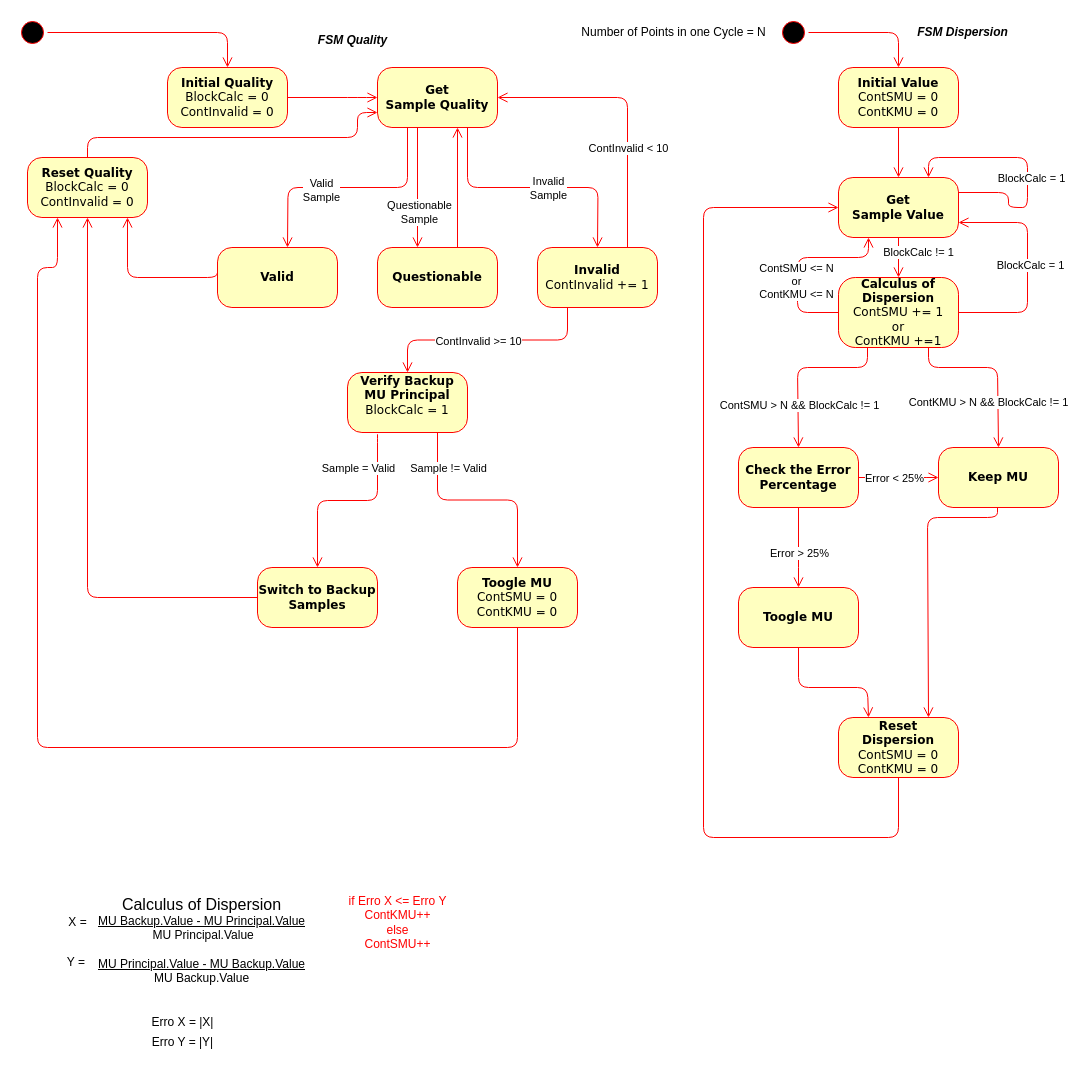
The draw.io diagram state_machine_tese.drawio in everton-oriente/IEC61850_9_2_SV, before the edit. Source tidied: cells renumbered, new cells numbered last; positions are measured from the earlier drawing's top-left corner, leaving out a move shared by most shapes. Both pictures are drawn from the tidied source at 100%, with x=0, y=0 at pixel (17, 17).
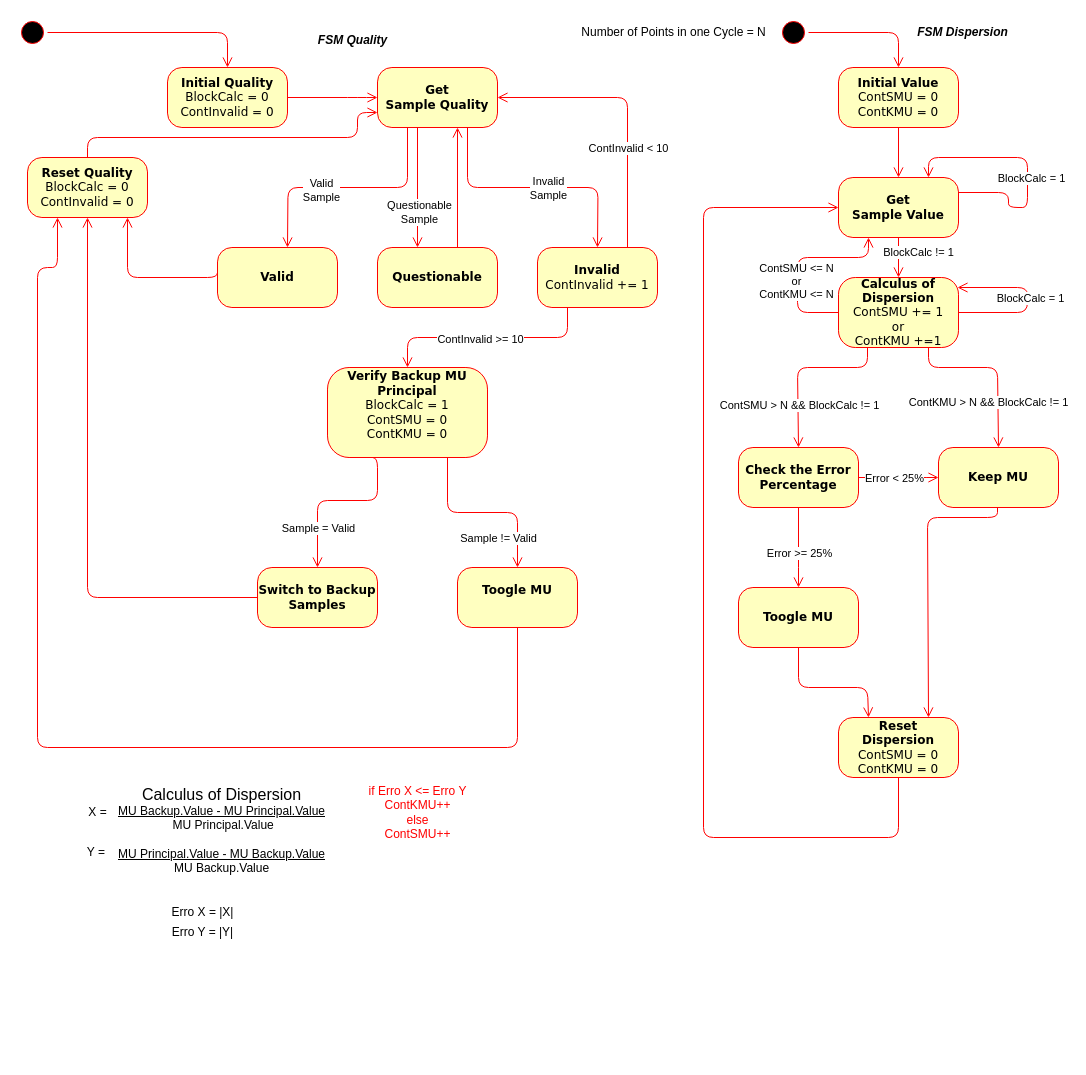
Above is the later version.

Commit message:
Updated version of State Machine Draw

The change refers to these unchanged cells:
```xml
<mxCell id="27" value="&lt;b&gt;Get &lt;br&gt;Sample Value&lt;/b&gt;" style="rounded=1;whiteSpace=wrap;html=1;arcSize=24;fillColor=#ffffc0;strokeColor=#ff0000;shadow=0;comic=0;labelBackgroundColor=none;fontFamily=Verdana;fontSize=12;fontColor=#000000;align=center;" parent="1" vertex="1">
  <mxGeometry x="821" y="160" width="120" height="60" as="geometry" />
</mxCell>
<mxCell id="30" value="&lt;b&gt;Switch to Backup Samples&lt;/b&gt;" style="rounded=1;whiteSpace=wrap;html=1;arcSize=24;fillColor=#ffffc0;strokeColor=#ff0000;shadow=0;comic=0;labelBackgroundColor=none;fontFamily=Verdana;fontSize=12;fontColor=#000000;align=center;" parent="1" vertex="1">
  <mxGeometry x="240" y="550" width="120" height="60" as="geometry" />
</mxCell>
<mxCell id="35" style="edgeStyle=orthogonalEdgeStyle;html=1;exitX=0.75;exitY=1;labelBackgroundColor=none;endArrow=open;endSize=8;strokeColor=#ff0000;fontFamily=Verdana;fontSize=12;align=left;exitDx=0;exitDy=0;entryX=0.5;entryY=0;entryDx=0;entryDy=0;" parent="1" edge="1" source="21" target="31">
  <mxGeometry relative="1" as="geometry" />
</mxCell>
<mxCell id="38" value="&lt;b&gt;Calculus of Dispersion&lt;/b&gt;&lt;br&gt;ContSMU += 1&lt;br&gt;or&lt;br&gt;ContKMU +=1" style="rounded=1;whiteSpace=wrap;html=1;arcSize=24;fillColor=#ffffc0;strokeColor=#ff0000;shadow=0;comic=0;labelBackgroundColor=none;fontFamily=Verdana;fontSize=12;fontColor=#000000;align=center;" parent="1" vertex="1">
  <mxGeometry x="821" y="260" width="120" height="70" as="geometry" />
</mxCell>
<mxCell id="60" style="edgeStyle=orthogonalEdgeStyle;html=1;exitX=0.5;exitY=1;labelBackgroundColor=none;endArrow=open;endSize=8;strokeColor=#ff0000;fontFamily=Verdana;fontSize=12;align=left;exitDx=0;exitDy=0;entryX=0.5;entryY=0;entryDx=0;entryDy=0;" parent="1" edge="1" source="39" target="59">
  <mxGeometry relative="1" as="geometry">
    <Array as="points">
      <mxPoint x="781" y="540" />
      <mxPoint x="781" y="540" />
    </Array>
  </mxGeometry>
</mxCell>
```

What changed in the source:
```diff
@@
-    <mxCell id="21" value="&lt;b&gt;Verify Backup MU Principal&lt;/b&gt;&lt;br&gt;BlockCalc = 1&lt;div&gt;&lt;br/&gt;&lt;/div&gt;" style="rounded=1;whiteSpace=wrap;html=1;arcSize=24;fillColor=#ffffc0;strokeColor=#ff0000;shadow=0;comic=0;labelBackgroundColor=none;fontFamily=Verdana;fontSize=12;fontColor=#000000;align=center;" parent="1" vertex="1">
-      <mxGeometry x="330" y="355" width="120" height="60" as="geometry" />
+    <mxCell id="21" value="&lt;b&gt;Verify Backup MU Principal&lt;/b&gt;&lt;br&gt;BlockCalc = 1&lt;div&gt;&lt;div&gt;ContSMU = 0&lt;br&gt;&lt;/div&gt;&lt;div&gt;ContKMU = 0&lt;/div&gt;&lt;div&gt;&lt;br&gt;&lt;/div&gt;&lt;/div&gt;" style="rounded=1;whiteSpace=wrap;html=1;arcSize=24;fillColor=#ffffc0;strokeColor=#ff0000;shadow=0;comic=0;labelBackgroundColor=none;fontFamily=Verdana;fontSize=12;fontColor=#000000;align=center;" parent="1" vertex="1">
+      <mxGeometry x="310" y="350" width="160" height="90" as="geometry" />
     </mxCell>
@@
-    <mxCell id="31" value="&lt;b&gt;Toogle MU&lt;/b&gt;&lt;div&gt;&lt;div&gt;ContSMU = 0&lt;br&gt;&lt;/div&gt;&lt;div&gt;ContKMU = 0&lt;/div&gt;&lt;/div&gt;" style="rounded=1;whiteSpace=wrap;html=1;arcSize=24;fillColor=#ffffc0;strokeColor=#ff0000;shadow=0;comic=0;labelBackgroundColor=none;fontFamily=Verdana;fontSize=12;fontColor=#000000;align=center;" parent="1" vertex="1">
+    <mxCell id="31" value="&lt;b&gt;Toogle MU&lt;/b&gt;&lt;div&gt;&lt;br&gt;&lt;/div&gt;" style="rounded=1;whiteSpace=wrap;html=1;arcSize=24;fillColor=#ffffc0;strokeColor=#ff0000;shadow=0;comic=0;labelBackgroundColor=none;fontFamily=Verdana;fontSize=12;fontColor=#000000;align=center;" parent="1" vertex="1">
       <mxGeometry x="440" y="550" width="120" height="60" as="geometry" />
     </mxCell>
@@
-    <mxCell id="33" style="edgeStyle=orthogonalEdgeStyle;html=1;entryX=0.5;entryY=0;labelBackgroundColor=none;endArrow=open;endSize=8;strokeColor=#ff0000;fontFamily=Verdana;fontSize=12;align=left;entryDx=0;entryDy=0;" parent="1" edge="1" target="30">
+    <mxCell id="33" style="edgeStyle=orthogonalEdgeStyle;html=1;entryX=0.5;entryY=0;labelBackgroundColor=none;endArrow=open;endSize=8;strokeColor=#ff0000;fontFamily=Verdana;fontSize=12;align=left;entryDx=0;entryDy=0;exitX=0.25;exitY=1;exitDx=0;exitDy=0;" parent="1" edge="1" source="21" target="30">
       <mxGeometry relative="1" as="geometry">
-        <mxPoint x="360" y="420" as="sourcePoint" />
         <Array as="points">
-          <mxPoint x="360" y="415" />
           <mxPoint x="360" y="483" />
           <mxPoint x="300" y="483" />
         </Array>
       </mxGeometry>
     </mxCell>
     <mxCell id="34" value="Sample = Valid" style="edgeLabel;html=1;align=center;verticalAlign=middle;" parent="33" vertex="1">
       <mxGeometry x="0.4" y="1" relative="1" as="geometry">
-        <mxPoint x="39" y="-40" as="offset" />
+        <mxPoint x="-1" y="14" as="offset" />
       </mxGeometry>
     </mxCell>
@@
     <mxCell id="36" value="Sample != Valid" style="edgeLabel;html=1;align=center;verticalAlign=middle;" parent="35" vertex="1">
       <mxGeometry x="0.4" y="1" relative="1" as="geometry">
-        <mxPoint x="-71" y="-36" as="offset" />
+        <mxPoint x="-21" y="24" as="offset" />
       </mxGeometry>
     </mxCell>
@@
     <mxCell id="51" value="&lt;font color=&quot;#ff0000&quot;&gt;if Erro X &amp;lt;= Erro Y&lt;br&gt;ContKMU++&lt;br&gt;else&lt;br&gt;ContSMU++&lt;/font&gt;" style="text;html=1;align=center;verticalAlign=middle;strokeColor=none;fillColor=none;" parent="1" vertex="1">
-      <mxGeometry x="320" y="870" width="120" height="70" as="geometry" />
+      <mxGeometry x="340" y="760" width="120" height="70" as="geometry" />
     </mxCell>
     <mxCell id="52" style="group;" parent="1" vertex="1">
-      <mxGeometry x="40" y="870" width="259" height="120" as="geometry" />
+      <mxGeometry x="60" y="760" width="259" height="120" as="geometry" />
     </mxCell>
@@
     <mxCell id="56" style="group;" parent="1" vertex="1">
-      <mxGeometry x="120" y="990" width="90" height="50" as="geometry" />
+      <mxGeometry x="140" y="880" width="90" height="50" as="geometry" />
     </mxCell>
@@
-    <mxCell id="61" value="Error &amp;gt; 25%" style="edgeLabel;html=1;align=center;verticalAlign=middle;" parent="60" vertex="1">
+    <mxCell id="61" value="Error &amp;gt;= 25%" style="edgeLabel;html=1;align=center;verticalAlign=middle;" parent="60" vertex="1">
       <mxGeometry x="0.51" y="1" relative="1" as="geometry">
         <mxPoint x="-1" y="-15" as="offset" />
       </mxGeometry>
     </mxCell>
@@
-    <mxCell id="67" style="edgeStyle=orthogonalEdgeStyle;html=1;exitX=1;exitY=0.5;labelBackgroundColor=none;endArrow=open;endSize=8;strokeColor=#ff0000;fontFamily=Verdana;fontSize=12;align=left;exitDx=0;exitDy=0;entryX=1;entryY=0.75;entryDx=0;entryDy=0;" parent="1" edge="1" source="38" target="27">
+    <mxCell id="67" style="edgeStyle=orthogonalEdgeStyle;html=1;exitX=1;exitY=0.5;labelBackgroundColor=none;endArrow=open;endSize=8;strokeColor=#ff0000;fontFamily=Verdana;fontSize=12;align=left;exitDx=0;exitDy=0;" parent="1" edge="1" source="38">
       <mxGeometry relative="1" as="geometry">
+        <mxPoint x="940" y="270" as="targetPoint" />
         <Array as="points">
           <mxPoint x="1010" y="295" />
-          <mxPoint x="1010" y="205" />
+          <mxPoint x="1010" y="270" />
+          <mxPoint x="941" y="270" />
         </Array>
       </mxGeometry>
     </mxCell>
```
